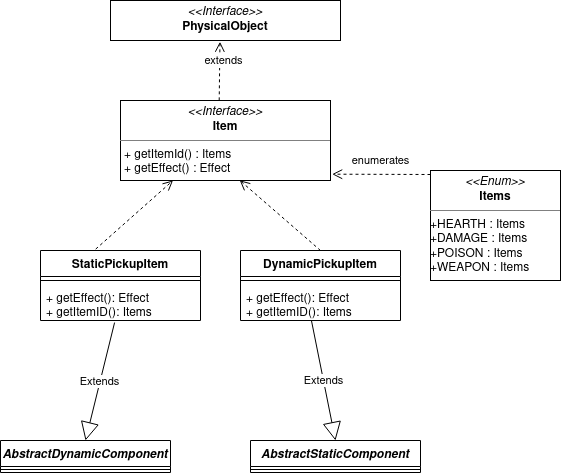
Pensilina14/bullet-ballet keeps this draw.io diagram as Documentation/relazione/img/item.png. Above is the earlier version. Source tidied: cells renumbered, new cells last; positions are measured from the earlier drawing's top-left corner, leaving out a move shared by most shapes. The source it was exported from:
```xml
<mxGraphModel>
  <root>
    <mxCell id="0" />
    <mxCell id="1" parent="0" />
    <mxCell id="2" value="&lt;p style=&quot;margin: 0px ; margin-top: 4px ; text-align: center&quot;&gt;&lt;i&gt;&amp;lt;&amp;lt;Interface&amp;gt;&amp;gt;&lt;/i&gt;&lt;br&gt;&lt;b&gt;Item&lt;/b&gt;&lt;/p&gt;&lt;hr size=&quot;1&quot;&gt;&lt;p style=&quot;margin: 0px ; margin-left: 4px&quot;&gt;+ getItemId() : Items&lt;span&gt;&lt;br&gt;&lt;/span&gt;&lt;/p&gt;&lt;p style=&quot;margin: 0px ; margin-left: 4px&quot;&gt;&lt;span&gt;+ getEffect() : Effect&lt;/span&gt;&lt;/p&gt;&lt;p style=&quot;margin: 0px ; margin-left: 4px&quot;&gt;&lt;br&gt;&lt;/p&gt;" style="verticalAlign=top;align=left;overflow=fill;fontSize=12;fontFamily=Helvetica;html=1;" parent="1" vertex="1">
      <mxGeometry x="120" y="100" width="210" height="80" as="geometry" />
    </mxCell>
    <mxCell id="3" value="&lt;p style=&quot;margin: 0px ; margin-top: 4px ; text-align: center&quot;&gt;&lt;i&gt;&amp;lt;&amp;lt;Enum&amp;gt;&amp;gt;&lt;/i&gt;&lt;br&gt;&lt;b&gt;Items&lt;/b&gt;&lt;/p&gt;&lt;hr size=&quot;1&quot;&gt;&lt;div&gt;+HEARTH : Items&lt;/div&gt;&lt;div&gt;+DAMAGE : Items&lt;/div&gt;&lt;div&gt;+POISON : Items&lt;/div&gt;&lt;div&gt;+WEAPON : Items&lt;br&gt;&lt;/div&gt;&lt;div&gt;&lt;br&gt;&lt;/div&gt;&lt;div&gt;&lt;br&gt;&lt;/div&gt;&lt;p style=&quot;margin: 0px ; margin-left: 4px&quot;&gt;&lt;br&gt;&lt;/p&gt;" style="verticalAlign=top;align=left;overflow=fill;fontSize=12;fontFamily=Helvetica;html=1;" parent="1" vertex="1">
      <mxGeometry x="430" y="170" width="130" height="110" as="geometry" />
    </mxCell>
    <mxCell id="4" value="&lt;div&gt;enumerates&lt;/div&gt;" style="html=1;verticalAlign=bottom;endArrow=open;dashed=1;endSize=8;entryX=1.008;entryY=0.921;entryDx=0;entryDy=0;entryPerimeter=0;" parent="1" edge="1" target="2">
      <mxGeometry x="0.02" y="-4" relative="1" as="geometry">
        <mxPoint x="430" y="174" as="sourcePoint" />
      </mxGeometry>
    </mxCell>
    <mxCell id="5" value="&lt;p style=&quot;margin: 0px ; margin-top: 4px ; text-align: center&quot;&gt;&lt;i&gt;&amp;lt;&amp;lt;Interface&amp;gt;&amp;gt;&lt;/i&gt;&lt;br&gt;&lt;b&gt;PhysicalObject&lt;/b&gt;&lt;/p&gt;&lt;hr size=&quot;1&quot;&gt;&lt;p style=&quot;margin: 0px ; margin-left: 4px&quot;&gt;&lt;/p&gt;&lt;p style=&quot;margin: 0px ; margin-left: 4px&quot;&gt;+ getPosition(): MutablePosition2D&lt;/p&gt;&lt;p style=&quot;margin: 0px ; margin-left: 4px&quot;&gt;+ getDimension() : Dimension2D&lt;/p&gt;&lt;p style=&quot;margin: 0px ; margin-left: 4px&quot;&gt;&lt;span&gt;+ getGameEnvironment() : Environment&lt;/span&gt;&lt;br&gt;&lt;/p&gt;" style="verticalAlign=top;align=left;overflow=fill;fontSize=12;fontFamily=Helvetica;html=1;" parent="1" vertex="1">
      <mxGeometry x="110" width="230" height="40" as="geometry" />
    </mxCell>
    <mxCell id="6" value="&lt;div&gt;extends&lt;/div&gt;" style="html=1;verticalAlign=bottom;endArrow=open;dashed=1;endSize=8;entryX=0.476;entryY=1.031;entryDx=0;entryDy=0;entryPerimeter=0;exitX=0.47;exitY=-0.002;exitDx=0;exitDy=0;exitPerimeter=0;" parent="1" edge="1" source="2" target="5">
      <mxGeometry x="0.02" y="-4" relative="1" as="geometry" />
    </mxCell>
    <mxCell id="7" value="DynamicPickupItem" style="swimlane;fontStyle=1;align=center;verticalAlign=top;horizontal=1;startSize=26;" parent="1" vertex="1">
      <mxGeometry x="240" y="250" width="160" height="70" as="geometry" />
    </mxCell>
    <mxCell id="8" style="line;strokeWidth=1;fillColor=none;align=left;verticalAlign=middle;spacingTop=-1;spacingLeft=3;spacingRight=3;labelPosition=right;" parent="7" vertex="1">
      <mxGeometry y="26" width="160" height="8" as="geometry" />
    </mxCell>
    <mxCell id="9" value="+ getEffect(): Effect&#10;+ getItemID(): Items&#10;&#10;" style="text;strokeColor=none;fillColor=none;align=left;verticalAlign=top;spacingLeft=4;spacingRight=4;overflow=hidden;points=[[0,0.5],[1,0.5]];portConstraint=eastwest;" parent="7" vertex="1">
      <mxGeometry y="34" width="160" height="36" as="geometry" />
    </mxCell>
    <mxCell id="10" style="html=1;verticalAlign=bottom;endArrow=open;dashed=1;endSize=8;entryX=0.568;entryY=0.998;entryDx=0;entryDy=0;entryPerimeter=0;exitX=0.5;exitY=0;exitDx=0;exitDy=0;" parent="1" edge="1" source="7" target="2">
      <mxGeometry x="0.02" y="-4" relative="1" as="geometry" />
    </mxCell>
    <mxCell id="11" value="StaticPickupItem" style="swimlane;fontStyle=1;align=center;verticalAlign=top;horizontal=1;startSize=26;" parent="1" vertex="1">
      <mxGeometry x="40" y="250" width="160" height="70" as="geometry" />
    </mxCell>
    <mxCell id="12" style="line;strokeWidth=1;fillColor=none;align=left;verticalAlign=middle;spacingTop=-1;spacingLeft=3;spacingRight=3;labelPosition=right;" parent="11" vertex="1">
      <mxGeometry y="26" width="160" height="8" as="geometry" />
    </mxCell>
    <mxCell id="13" value="+ getEffect(): Effect&#10;+ getItemID(): Items&#10;" style="text;strokeColor=none;fillColor=none;align=left;verticalAlign=top;spacingLeft=4;spacingRight=4;overflow=hidden;points=[[0,0.5],[1,0.5]];portConstraint=eastwest;" parent="11" vertex="1">
      <mxGeometry y="34" width="160" height="36" as="geometry" />
    </mxCell>
    <mxCell id="14" style="html=1;verticalAlign=bottom;endArrow=open;dashed=1;endSize=8;entryX=0.25;entryY=1;entryDx=0;entryDy=0;exitX=0.345;exitY=-0.02;exitDx=0;exitDy=0;exitPerimeter=0;" parent="1" edge="1" source="11" target="2">
      <mxGeometry x="0.02" y="-4" relative="1" as="geometry" />
    </mxCell>
    <mxCell id="15" value="AbstractDynamicComponent" style="swimlane;fontStyle=3;align=center;verticalAlign=top;horizontal=1;startSize=26;" parent="1" vertex="1">
      <mxGeometry y="440" width="170" height="32" as="geometry" />
    </mxCell>
    <mxCell id="16" style="line;strokeWidth=1;fillColor=none;align=left;verticalAlign=middle;spacingTop=-1;spacingLeft=3;spacingRight=3;labelPosition=right;" parent="15" vertex="1">
      <mxGeometry y="26" width="170" height="6" as="geometry" />
    </mxCell>
    <mxCell id="17" value="AbstractStaticComponent" style="swimlane;fontStyle=3;align=center;verticalAlign=top;horizontal=1;startSize=26;" parent="1" vertex="1">
      <mxGeometry x="250" y="440" width="170" height="32" as="geometry" />
    </mxCell>
    <mxCell id="18" style="line;strokeWidth=1;fillColor=none;align=left;verticalAlign=middle;spacingTop=-1;spacingLeft=3;spacingRight=3;labelPosition=right;" parent="17" vertex="1">
      <mxGeometry y="26" width="170" height="6" as="geometry" />
    </mxCell>
    <mxCell id="19" value="Extends" style="endArrow=block;endSize=16;endFill=0;html=1;entryX=0.5;entryY=0;entryDx=0;entryDy=0;exitX=0.463;exitY=1.057;exitDx=0;exitDy=0;exitPerimeter=0;" parent="1" edge="1" source="13" target="15">
      <mxGeometry relative="1" as="geometry" />
    </mxCell>
    <mxCell id="20" value="Extends" style="endArrow=block;endSize=16;endFill=0;html=1;entryX=0.5;entryY=0;entryDx=0;entryDy=0;exitX=0.444;exitY=1.014;exitDx=0;exitDy=0;exitPerimeter=0;" parent="1" edge="1" source="9" target="17">
      <mxGeometry relative="1" as="geometry" />
    </mxCell>
  </root>
</mxGraphModel>
```
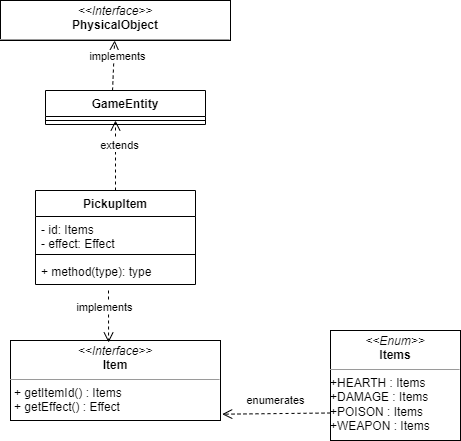
The same file after the commit.

Diff of the diagram source:
```diff
@@ -3,63 +3,47 @@
     <mxCell id="0" />
     <mxCell id="1" parent="0" />
     <mxCell id="2" value="&lt;p style=&quot;margin: 0px ; margin-top: 4px ; text-align: center&quot;&gt;&lt;i&gt;&amp;lt;&amp;lt;Interface&amp;gt;&amp;gt;&lt;/i&gt;&lt;br&gt;&lt;b&gt;Item&lt;/b&gt;&lt;/p&gt;&lt;hr size=&quot;1&quot;&gt;&lt;p style=&quot;margin: 0px ; margin-left: 4px&quot;&gt;+ getItemId() : Items&lt;span&gt;&lt;br&gt;&lt;/span&gt;&lt;/p&gt;&lt;p style=&quot;margin: 0px ; margin-left: 4px&quot;&gt;&lt;span&gt;+ getEffect() : Effect&lt;/span&gt;&lt;/p&gt;&lt;p style=&quot;margin: 0px ; margin-left: 4px&quot;&gt;&lt;br&gt;&lt;/p&gt;" style="verticalAlign=top;align=left;overflow=fill;fontSize=12;fontFamily=Helvetica;html=1;" parent="1" vertex="1">
-      <mxGeometry x="120" y="100" width="210" height="80" as="geometry" />
+      <mxGeometry x="110" y="430" width="210" height="80" as="geometry" />
     </mxCell>
     <mxCell id="3" value="&lt;p style=&quot;margin: 0px ; margin-top: 4px ; text-align: center&quot;&gt;&lt;i&gt;&amp;lt;&amp;lt;Enum&amp;gt;&amp;gt;&lt;/i&gt;&lt;br&gt;&lt;b&gt;Items&lt;/b&gt;&lt;/p&gt;&lt;hr size=&quot;1&quot;&gt;&lt;div&gt;+HEARTH : Items&lt;/div&gt;&lt;div&gt;+DAMAGE : Items&lt;/div&gt;&lt;div&gt;+POISON : Items&lt;/div&gt;&lt;div&gt;+WEAPON : Items&lt;br&gt;&lt;/div&gt;&lt;div&gt;&lt;br&gt;&lt;/div&gt;&lt;div&gt;&lt;br&gt;&lt;/div&gt;&lt;p style=&quot;margin: 0px ; margin-left: 4px&quot;&gt;&lt;br&gt;&lt;/p&gt;" style="verticalAlign=top;align=left;overflow=fill;fontSize=12;fontFamily=Helvetica;html=1;" parent="1" vertex="1">
-      <mxGeometry x="430" y="170" width="130" height="110" as="geometry" />
+      <mxGeometry x="430" y="420" width="130" height="110" as="geometry" />
     </mxCell>
-    <mxCell id="4" value="&lt;div&gt;enumerates&lt;/div&gt;" style="html=1;verticalAlign=bottom;endArrow=open;dashed=1;endSize=8;entryX=1.008;entryY=0.921;entryDx=0;entryDy=0;entryPerimeter=0;" parent="1" edge="1" target="2">
-      <mxGeometry x="0.02" y="-4" relative="1" as="geometry">
-        <mxPoint x="430" y="174" as="sourcePoint" />
-      </mxGeometry>
+    <mxCell id="4" value="&lt;div&gt;enumerates&lt;/div&gt;" style="html=1;verticalAlign=bottom;endArrow=open;dashed=1;endSize=8;entryX=1.008;entryY=0.921;entryDx=0;entryDy=0;entryPerimeter=0;exitX=0;exitY=0.75;exitDx=0;exitDy=0;" parent="1" edge="1" source="3" target="2">
+      <mxGeometry x="0.02" y="-4" relative="1" as="geometry" />
     </mxCell>
     <mxCell id="5" value="&lt;p style=&quot;margin: 0px ; margin-top: 4px ; text-align: center&quot;&gt;&lt;i&gt;&amp;lt;&amp;lt;Interface&amp;gt;&amp;gt;&lt;/i&gt;&lt;br&gt;&lt;b&gt;PhysicalObject&lt;/b&gt;&lt;/p&gt;&lt;hr size=&quot;1&quot;&gt;&lt;p style=&quot;margin: 0px ; margin-left: 4px&quot;&gt;&lt;/p&gt;&lt;p style=&quot;margin: 0px ; margin-left: 4px&quot;&gt;+ getPosition(): MutablePosition2D&lt;/p&gt;&lt;p style=&quot;margin: 0px ; margin-left: 4px&quot;&gt;+ getDimension() : Dimension2D&lt;/p&gt;&lt;p style=&quot;margin: 0px ; margin-left: 4px&quot;&gt;&lt;span&gt;+ getGameEnvironment() : Environment&lt;/span&gt;&lt;br&gt;&lt;/p&gt;" style="verticalAlign=top;align=left;overflow=fill;fontSize=12;fontFamily=Helvetica;html=1;" parent="1" vertex="1">
-      <mxGeometry x="110" width="230" height="40" as="geometry" />
+      <mxGeometry x="100" y="90" width="230" height="40" as="geometry" />
     </mxCell>
+    <mxCell id="21" value="GameEntity" style="swimlane;fontStyle=1;align=center;verticalAlign=top;horizontal=1;startSize=26;" parent="1" vertex="1">
+      <mxGeometry x="145" y="180" width="160" height="34" as="geometry" />
+    </mxCell>
+    <mxCell id="22" style="line;strokeWidth=1;fillColor=none;align=left;verticalAlign=middle;spacingTop=-1;spacingLeft=3;spacingRight=3;labelPosition=right;" parent="21" vertex="1">
+      <mxGeometry y="26" width="160" height="8" as="geometry" />
+    </mxCell>
+    <mxCell id="23" value="&lt;div&gt;implements&lt;/div&gt;" style="html=1;verticalAlign=bottom;endArrow=open;dashed=1;endSize=8;exitX=0.419;exitY=0;exitDx=0;exitDy=0;exitPerimeter=0;" parent="1" edge="1" source="21" target="5">
+      <mxGeometry x="0.02" y="-4" relative="1" as="geometry" />
+    </mxCell>
-    <mxCell id="6" value="&lt;div&gt;extends&lt;/div&gt;" style="html=1;verticalAlign=bottom;endArrow=open;dashed=1;endSize=8;entryX=0.476;entryY=1.031;entryDx=0;entryDy=0;entryPerimeter=0;exitX=0.47;exitY=-0.002;exitDx=0;exitDy=0;exitPerimeter=0;" parent="1" edge="1" source="2" target="5">
-      <mxGeometry x="0.02" y="-4" relative="1" as="geometry" />
+    <mxCell id="6" value="&lt;div&gt;extends&lt;/div&gt;" style="html=1;verticalAlign=bottom;endArrow=open;dashed=1;endSize=8;exitX=0.5;exitY=0;exitDx=0;exitDy=0;" parent="1" edge="1" source="25">
+      <mxGeometry x="0.02" y="-4" relative="1" as="geometry">
+        <mxPoint x="215" y="210" as="targetPoint" />
+      </mxGeometry>
     </mxCell>
-    <mxCell id="7" value="DynamicPickupItem" style="swimlane;fontStyle=1;align=center;verticalAlign=top;horizontal=1;startSize=26;" parent="1" vertex="1">
-      <mxGeometry x="240" y="250" width="160" height="70" as="geometry" />
-    </mxCell>
-    <mxCell id="8" style="line;strokeWidth=1;fillColor=none;align=left;verticalAlign=middle;spacingTop=-1;spacingLeft=3;spacingRight=3;labelPosition=right;" parent="7" vertex="1">
-      <mxGeometry y="26" width="160" height="8" as="geometry" />
-    </mxCell>
-    <mxCell id="9" value="+ getEffect(): Effect&#10;+ getItemID(): Items&#10;&#10;" style="text;strokeColor=none;fillColor=none;align=left;verticalAlign=top;spacingLeft=4;spacingRight=4;overflow=hidden;points=[[0,0.5],[1,0.5]];portConstraint=eastwest;" parent="7" vertex="1">
-      <mxGeometry y="34" width="160" height="36" as="geometry" />
-    </mxCell>
-    <mxCell id="10" style="html=1;verticalAlign=bottom;endArrow=open;dashed=1;endSize=8;entryX=0.568;entryY=0.998;entryDx=0;entryDy=0;entryPerimeter=0;exitX=0.5;exitY=0;exitDx=0;exitDy=0;" parent="1" edge="1" source="7" target="2">
-      <mxGeometry x="0.02" y="-4" relative="1" as="geometry" />
-    </mxCell>
-    <mxCell id="11" value="StaticPickupItem" style="swimlane;fontStyle=1;align=center;verticalAlign=top;horizontal=1;startSize=26;" parent="1" vertex="1">
-      <mxGeometry x="40" y="250" width="160" height="70" as="geometry" />
-    </mxCell>
-    <mxCell id="12" style="line;strokeWidth=1;fillColor=none;align=left;verticalAlign=middle;spacingTop=-1;spacingLeft=3;spacingRight=3;labelPosition=right;" parent="11" vertex="1">
-      <mxGeometry y="26" width="160" height="8" as="geometry" />
-    </mxCell>
-    <mxCell id="13" value="+ getEffect(): Effect&#10;+ getItemID(): Items&#10;" style="text;strokeColor=none;fillColor=none;align=left;verticalAlign=top;spacingLeft=4;spacingRight=4;overflow=hidden;points=[[0,0.5],[1,0.5]];portConstraint=eastwest;" parent="11" vertex="1">
-      <mxGeometry y="34" width="160" height="36" as="geometry" />
-    </mxCell>
-    <mxCell id="14" style="html=1;verticalAlign=bottom;endArrow=open;dashed=1;endSize=8;entryX=0.25;entryY=1;entryDx=0;entryDy=0;exitX=0.345;exitY=-0.02;exitDx=0;exitDy=0;exitPerimeter=0;" parent="1" edge="1" source="11" target="2">
-      <mxGeometry x="0.02" y="-4" relative="1" as="geometry" />
-    </mxCell>
-    <mxCell id="15" value="AbstractDynamicComponent" style="swimlane;fontStyle=3;align=center;verticalAlign=top;horizontal=1;startSize=26;" parent="1" vertex="1">
-      <mxGeometry y="440" width="170" height="32" as="geometry" />
-    </mxCell>
-    <mxCell id="16" style="line;strokeWidth=1;fillColor=none;align=left;verticalAlign=middle;spacingTop=-1;spacingLeft=3;spacingRight=3;labelPosition=right;" parent="15" vertex="1">
-      <mxGeometry y="26" width="170" height="6" as="geometry" />
-    </mxCell>
-    <mxCell id="17" value="AbstractStaticComponent" style="swimlane;fontStyle=3;align=center;verticalAlign=top;horizontal=1;startSize=26;" parent="1" vertex="1">
-      <mxGeometry x="250" y="440" width="170" height="32" as="geometry" />
-    </mxCell>
-    <mxCell id="18" style="line;strokeWidth=1;fillColor=none;align=left;verticalAlign=middle;spacingTop=-1;spacingLeft=3;spacingRight=3;labelPosition=right;" parent="17" vertex="1">
-      <mxGeometry y="26" width="170" height="6" as="geometry" />
-    </mxCell>
-    <mxCell id="19" value="Extends" style="endArrow=block;endSize=16;endFill=0;html=1;entryX=0.5;entryY=0;entryDx=0;entryDy=0;exitX=0.463;exitY=1.057;exitDx=0;exitDy=0;exitPerimeter=0;" parent="1" edge="1" source="13" target="15">
-      <mxGeometry relative="1" as="geometry" />
-    </mxCell>
-    <mxCell id="20" value="Extends" style="endArrow=block;endSize=16;endFill=0;html=1;entryX=0.5;entryY=0;entryDx=0;entryDy=0;exitX=0.444;exitY=1.014;exitDx=0;exitDy=0;exitPerimeter=0;" parent="1" edge="1" source="9" target="17">
-      <mxGeometry relative="1" as="geometry" />
-    </mxCell>
+    <mxCell id="24" value="&lt;div&gt;implements&lt;/div&gt;" style="html=1;verticalAlign=bottom;endArrow=open;dashed=1;endSize=8;entryX=0.467;entryY=0.025;entryDx=0;entryDy=0;entryPerimeter=0;" parent="1" edge="1" target="2">
+      <mxGeometry x="0.02" y="-4" relative="1" as="geometry">
+        <mxPoint x="208" y="380" as="sourcePoint" />
+      </mxGeometry>
+    </mxCell>
+    <mxCell id="25" value="PickupItem" style="swimlane;fontStyle=1;align=center;verticalAlign=top;horizontal=1;startSize=26;" parent="1" vertex="1">
+      <mxGeometry x="135" y="280" width="160" height="94" as="geometry" />
+    </mxCell>
+    <mxCell id="26" value="- id: Items&#10;- effect: Effect" style="text;strokeColor=none;fillColor=none;align=left;verticalAlign=top;spacingLeft=4;spacingRight=4;overflow=hidden;" parent="25" vertex="1">
+      <mxGeometry y="26" width="160" height="34" as="geometry" />
+    </mxCell>
+    <mxCell id="27" style="line;strokeWidth=1;fillColor=none;align=left;verticalAlign=middle;spacingTop=-1;spacingLeft=3;spacingRight=3;labelPosition=right;" parent="25" vertex="1">
+      <mxGeometry y="60" width="160" height="8" as="geometry" />
+    </mxCell>
+    <mxCell id="28" value="+ method(type): type" style="text;strokeColor=none;fillColor=none;align=left;verticalAlign=top;spacingLeft=4;spacingRight=4;overflow=hidden;" parent="25" vertex="1">
+      <mxGeometry y="68" width="160" height="26" as="geometry" />
+    </mxCell>
   </root>
 </mxGraphModel>
```
